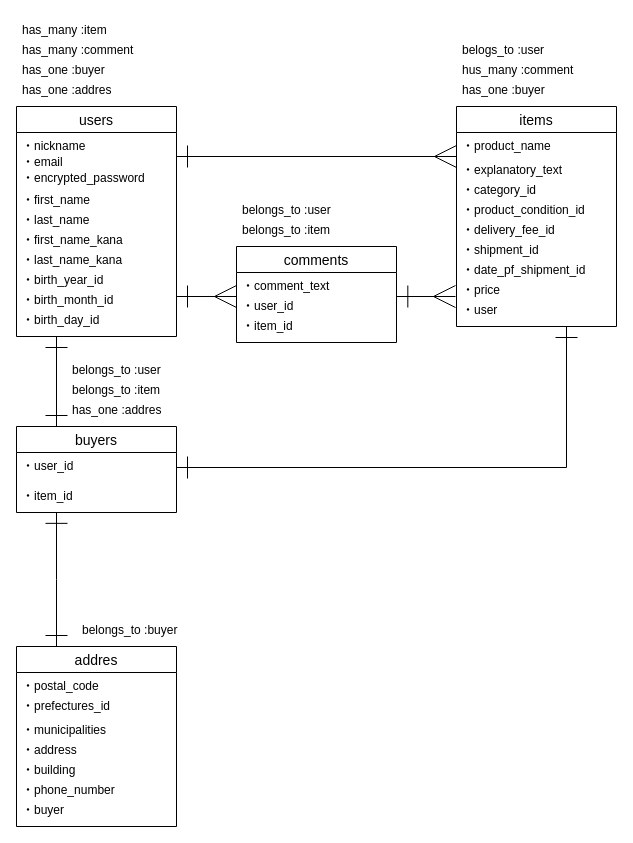
shimazaki-koji/furima-33364 keeps this draw.io diagram as furima.dio. Above is the earlier version. Source tidied: cells renumbered, new cells numbered last; positions are measured from the earlier drawing's top-left corner, leaving out a move shared by most shapes. Both pictures are drawn from the tidied source at 100%, with x=0, y=0 at pixel (16, 16).
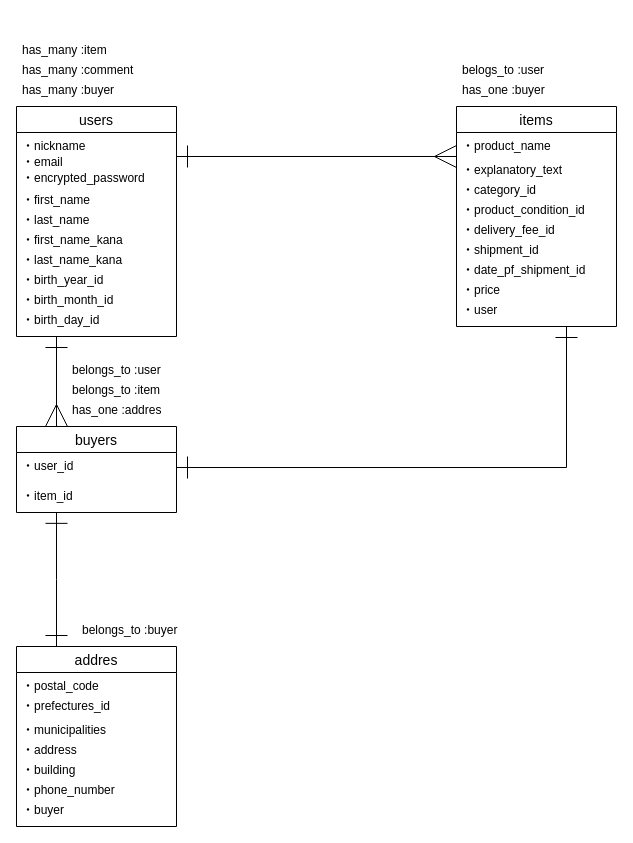
The same page after the edit.

Unchanged cells that the change refers to:
```xml
<mxCell id="2" value="users" style="swimlane;fontStyle=0;horizontal=1;startSize=26;align=center;fontSize=14;" parent="1" vertex="1">
  <mxGeometry y="90" width="160" height="230" as="geometry" />
</mxCell>
<mxCell id="11" value="・birth_month_id" style="text;strokeColor=none;fillColor=none;spacingLeft=4;spacingRight=4;overflow=hidden;points=[[0,0.5],[1,0.5]];portConstraint=eastwest;fontSize=12;" parent="2" vertex="1">
  <mxGeometry y="180" width="160" height="20" as="geometry" />
</mxCell>
<mxCell id="28" value="buyers" style="swimlane;fontStyle=0;horizontal=1;startSize=26;align=center;fontSize=14;" parent="1" vertex="1">
  <mxGeometry y="410" width="160" height="86" as="geometry" />
</mxCell>
```

Diff of the diagram source:
```diff
@@
-    <mxCell id="24" value="comments" style="swimlane;fontStyle=0;horizontal=1;startSize=26;align=center;fontSize=14;" parent="1" vertex="1">
-      <mxGeometry x="220" y="230" width="160" height="96" as="geometry" />
-    </mxCell>
-    <mxCell id="25" value="・comment_text" style="text;strokeColor=none;fillColor=none;spacingLeft=4;spacingRight=4;overflow=hidden;fontSize=12;" parent="24" vertex="1">
-      <mxGeometry y="26" width="160" height="20" as="geometry" />
-    </mxCell>
-    <mxCell id="26" value="・user_id" style="text;strokeColor=none;fillColor=none;spacingLeft=4;spacingRight=4;overflow=hidden;points=[[0,0.5],[1,0.5]];portConstraint=eastwest;fontSize=12;" parent="24" vertex="1">
-      <mxGeometry y="46" width="160" height="20" as="geometry" />
-    </mxCell>
-    <mxCell id="27" value="・item_id" style="text;strokeColor=none;fillColor=none;spacingLeft=4;spacingRight=4;overflow=hidden;fontSize=12;" parent="24" vertex="1">
-      <mxGeometry y="66" width="160" height="30" as="geometry" />
-    </mxCell>
@@
-    <mxCell id="39" style="edgeStyle=orthogonalEdgeStyle;rounded=0;jettySize=auto;html=1;startArrow=ERmany;startFill=0;startSize=20;endArrow=ERone;endFill=0;endSize=20;entryX=1;entryY=0.5;entryDx=0;entryDy=0;" parent="1" edge="1" target="11">
-      <mxGeometry relative="1" as="geometry">
-        <mxPoint x="220" y="280" as="sourcePoint" />
-        <Array as="points">
-          <mxPoint x="220" y="280" />
-        </Array>
-      </mxGeometry>
-    </mxCell>
@@
-    <mxCell id="41" value="has_one :buyer" style="text;strokeColor=none;fillColor=none;spacingLeft=4;spacingRight=4;overflow=hidden;fontSize=12;" parent="1" vertex="1">
-      <mxGeometry y="40" width="160" height="30" as="geometry" />
+    <mxCell id="41" value="has_many :buyer" style="text;strokeColor=none;fillColor=none;spacingLeft=4;spacingRight=4;overflow=hidden;fontSize=12;" parent="1" vertex="1">
+      <mxGeometry y="60" width="160" height="30" as="geometry" />
     </mxCell>
-    <mxCell id="42" value="has_one :addres" style="text;strokeColor=none;fillColor=none;spacingLeft=4;spacingRight=4;overflow=hidden;fontSize=12;" parent="1" vertex="1">
-      <mxGeometry y="60" width="160" height="30" as="geometry" />
-    </mxCell>
     <mxCell id="43" value="has_many :comment" style="text;strokeColor=none;fillColor=none;spacingLeft=4;spacingRight=4;overflow=hidden;fontSize=12;" parent="1" vertex="1">
-      <mxGeometry y="20" width="160" height="30" as="geometry" />
+      <mxGeometry y="40" width="160" height="30" as="geometry" />
     </mxCell>
     <mxCell id="44" value="has_many :item" style="text;strokeColor=none;fillColor=none;spacingLeft=4;spacingRight=4;overflow=hidden;fontSize=12;" parent="1" vertex="1">
-      <mxGeometry width="160" height="30" as="geometry" />
+      <mxGeometry y="20" width="160" height="30" as="geometry" />
     </mxCell>
-    <mxCell id="45" value="hus_many :comment" style="text;strokeColor=none;fillColor=none;spacingLeft=4;spacingRight=4;overflow=hidden;fontSize=12;" parent="1" vertex="1">
-      <mxGeometry x="440" y="40" width="160" height="30" as="geometry" />
-    </mxCell>
@@
     <mxCell id="47" value="belogs_to :user" style="text;strokeColor=none;fillColor=none;spacingLeft=4;spacingRight=4;overflow=hidden;fontSize=12;" parent="1" vertex="1">
-      <mxGeometry x="440" y="20" width="160" height="30" as="geometry" />
+      <mxGeometry x="440" y="40" width="160" height="30" as="geometry" />
     </mxCell>
-    <mxCell id="48" value="belongs_to :item" style="text;strokeColor=none;fillColor=none;spacingLeft=4;spacingRight=4;overflow=hidden;fontSize=12;" parent="1" vertex="1">
-      <mxGeometry x="220" y="200" width="160" height="30" as="geometry" />
-    </mxCell>
-    <mxCell id="49" value="belongs_to :user" style="text;strokeColor=none;fillColor=none;spacingLeft=4;spacingRight=4;overflow=hidden;fontSize=12;" parent="1" vertex="1">
-      <mxGeometry x="220" y="180" width="160" height="30" as="geometry" />
-    </mxCell>
@@
-    <mxCell id="53" style="edgeStyle=orthogonalEdgeStyle;rounded=0;jettySize=auto;html=1;startArrow=ERone;startFill=0;startSize=20;endArrow=ERone;endFill=0;endSize=20;entryX=0.25;entryY=0;entryDx=0;entryDy=0;exitX=0.25;exitY=1;exitDx=0;exitDy=0;" parent="1" edge="1" source="2" target="28">
+    <mxCell id="53" style="edgeStyle=orthogonalEdgeStyle;rounded=0;jettySize=auto;html=1;startArrow=ERone;startFill=0;startSize=20;endArrow=ERmany;endFill=0;endSize=20;entryX=0.25;entryY=0;entryDx=0;entryDy=0;exitX=0.25;exitY=1;exitDx=0;exitDy=0;" parent="1" edge="1" source="2" target="28">
       <mxGeometry relative="1" as="geometry" />
     </mxCell>
@@
-    <mxCell id="56" style="edgeStyle=orthogonalEdgeStyle;rounded=0;jettySize=auto;html=1;startArrow=ERmany;startFill=0;startSize=20;endArrow=ERone;endFill=0;endSize=20;entryX=1.002;entryY=0.201;entryDx=0;entryDy=0;entryPerimeter=0;" parent="1" edge="1" target="26">
-      <mxGeometry relative="1" as="geometry">
-        <mxPoint x="439" y="280" as="sourcePoint" />
-        <Array as="points">
-          <mxPoint x="439" y="280" />
-        </Array>
-      </mxGeometry>
-    </mxCell>
```
